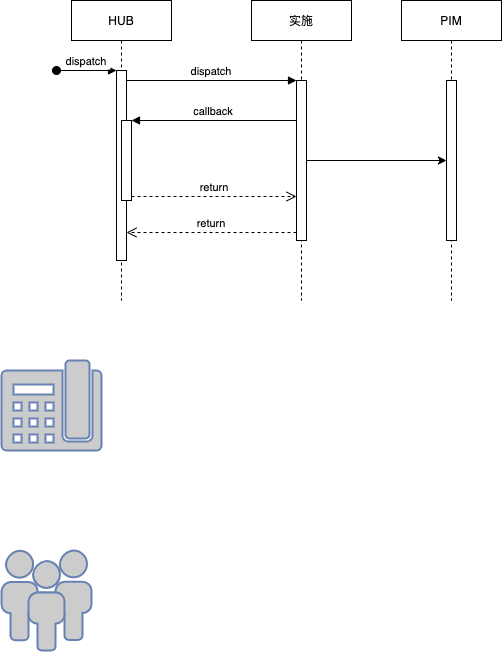
This is Untitled Diagram.png from zq2020520/diagrams, a draw.io export, as it was before one commit. Source tidied: cells renumbered, new cells last; positions are measured from the earlier drawing's top-left corner, leaving out a move shared by most shapes.
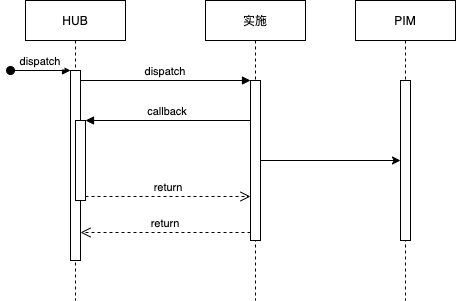
The same file after the commit.

Diff of the diagram source:
```diff
@@ -43,11 +43,5 @@
     <mxCell id="14" style="edgeStyle=orthogonalEdgeStyle;rounded=0;jettySize=auto;html=1;" parent="1" edge="1" source="7" target="13">
       <mxGeometry relative="1" as="geometry" />
     </mxCell>
-    <mxCell id="15" style="fontColor=#0066CC;verticalAlign=top;verticalLabelPosition=bottom;labelPosition=center;align=center;html=1;fillColor=#CCCCCC;strokeColor=#6881B3;gradientColor=none;gradientDirection=north;strokeWidth=2;shape=mxgraph.networks.phone_2;" parent="1" vertex="1">
-      <mxGeometry y="360" width="100" height="90" as="geometry" />
-    </mxCell>
-    <mxCell id="16" style="fontColor=#0066CC;verticalAlign=top;verticalLabelPosition=bottom;labelPosition=center;align=center;html=1;fillColor=#CCCCCC;strokeColor=#6881B3;gradientColor=none;gradientDirection=north;strokeWidth=2;shape=mxgraph.networks.users;" parent="1" vertex="1">
-      <mxGeometry y="550" width="90" height="100" as="geometry" />
-    </mxCell>
   </root>
 </mxGraphModel>
```
